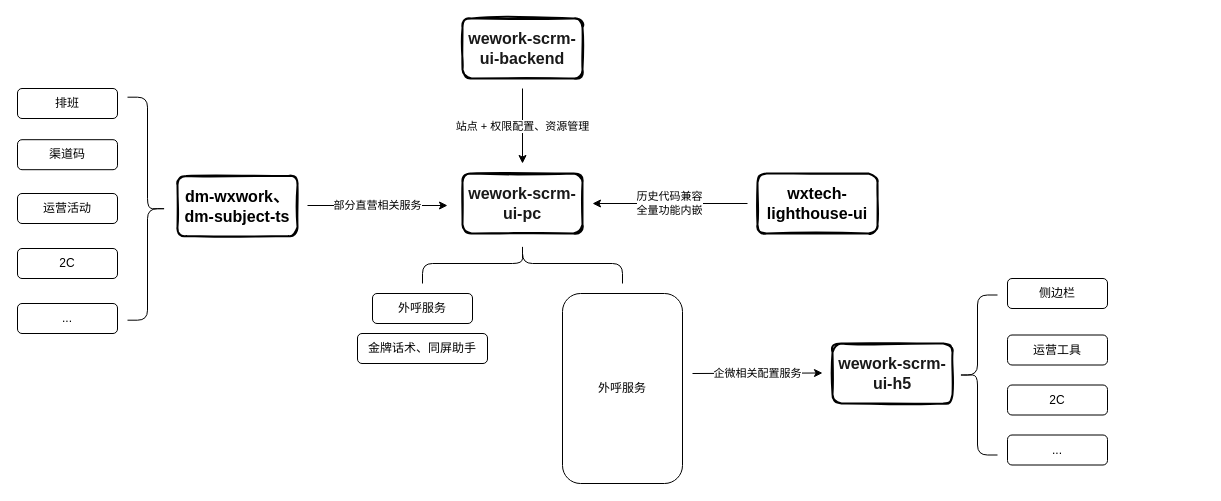
Before: 未命名绘图.drawio in Martha1001/diagrams, a draw.io diagram. Source tidied: cells renumbered, new cells numbered last; positions are measured from the earlier drawing's top-left corner, leaving out a move shared by most shapes. Both pictures are drawn from the tidied source at 100%, with x=0, y=0 at pixel (17, 18).
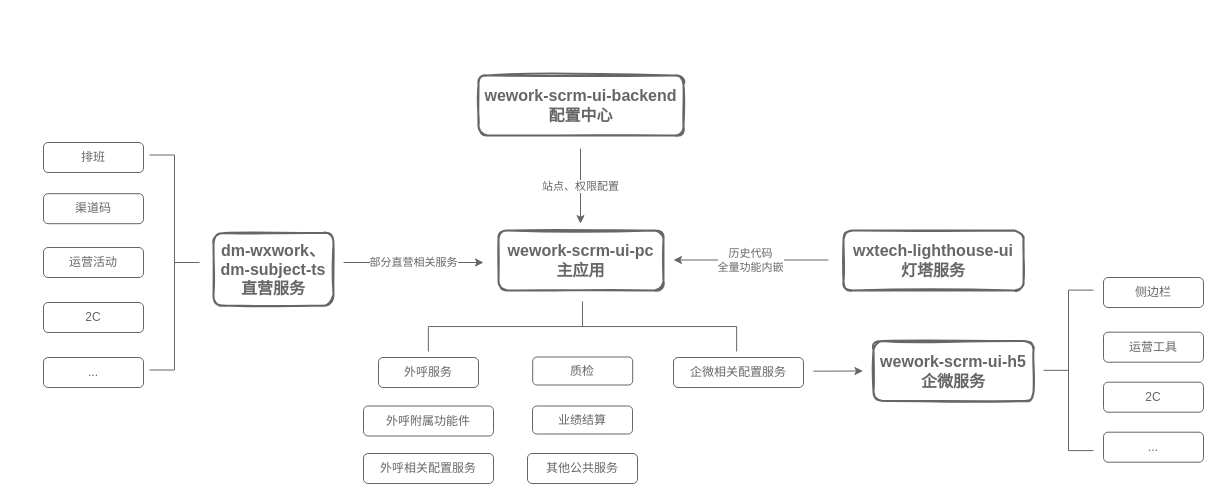
The same page after the edit.

What changed in the source:
```diff
@@
-    <mxCell id="2" value="&lt;font color=&quot;#1a1a1a&quot; style=&quot;font-size: 16px&quot;&gt;&lt;b&gt;wework-scrm-ui-backend&lt;/b&gt;&lt;/font&gt;" style="rounded=1;whiteSpace=wrap;html=1;strokeWidth=2;fillWeight=4;hachureGap=8;hachureAngle=45;sketch=1;fillStyle=hachure;fillColor=none;" parent="1" vertex="1">
-      <mxGeometry x="445" width="120" height="60" as="geometry" />
+    <mxCell id="2" value="&lt;font style=&quot;font-size: 16px&quot;&gt;&lt;b&gt;wework-scrm-ui-backend&lt;br&gt;配置中心&lt;br&gt;&lt;/b&gt;&lt;/font&gt;" style="rounded=1;whiteSpace=wrap;html=1;strokeWidth=2;fillWeight=4;hachureGap=8;hachureAngle=45;sketch=1;fillStyle=hachure;fillColor=none;strokeColor=#666;fontColor=#666;" parent="1" vertex="1">
+      <mxGeometry x="461" y="57" width="205" height="60" as="geometry" />
     </mxCell>
-    <mxCell id="3" value="站点 + 权限配置、资源管理" style="endArrow=classic;html=1;rounded=0;" parent="1" edge="1">
+    <mxCell id="3" value="站点、权限配置" style="endArrow=classic;html=1;rounded=0;strokeColor=#666;fontColor=#666;" parent="1" edge="1">
       <mxGeometry relative="1" as="geometry">
-        <mxPoint x="505" y="70" as="sourcePoint" />
-        <mxPoint x="505" y="145" as="targetPoint" />
+        <mxPoint x="563" y="130.2" as="sourcePoint" />
+        <mxPoint x="563" y="205.2" as="targetPoint" />
       </mxGeometry>
     </mxCell>
-    <mxCell id="4" value="&lt;b style=&quot;color: rgb(26 , 26 , 26) ; font-size: 16px&quot;&gt;wework-scrm-ui-pc&lt;/b&gt;" style="rounded=1;whiteSpace=wrap;html=1;strokeWidth=2;fillWeight=4;hachureGap=8;hachureAngle=45;sketch=1;fillColor=none;" parent="1" vertex="1">
-      <mxGeometry x="445" y="155" width="120" height="60" as="geometry" />
+    <mxCell id="4" value="&lt;b style=&quot;font-size: 16px;&quot;&gt;wework-scrm-ui-pc&lt;br&gt;主应用&lt;br&gt;&lt;/b&gt;" style="rounded=1;whiteSpace=wrap;html=1;strokeWidth=2;fillWeight=4;hachureGap=8;hachureAngle=45;sketch=1;fillColor=none;strokeColor=#666;fontColor=#666;" parent="1" vertex="1">
+      <mxGeometry x="481" y="212" width="165" height="60" as="geometry" />
     </mxCell>
-    <mxCell id="5" value="&lt;font&gt;&lt;b style=&quot;font-size: 16px&quot;&gt;dm-wxwork、&lt;/b&gt;&lt;br&gt;&lt;span style=&quot;font-size: 16px&quot;&gt;&lt;b&gt;dm-subject-ts&lt;/b&gt;&lt;/span&gt;&lt;br&gt;&lt;/font&gt;" style="rounded=1;whiteSpace=wrap;html=1;strokeWidth=2;fillWeight=4;hachureGap=8;hachureAngle=45;sketch=1;fillColor=none;" parent="1" vertex="1">
-      <mxGeometry x="160" y="157.5" width="120" height="60" as="geometry" />
+    <mxCell id="5" value="&lt;font&gt;&lt;b style=&quot;font-size: 16px&quot;&gt;dm-wxwork、&lt;/b&gt;&lt;br&gt;&lt;span style=&quot;font-size: 16px&quot;&gt;&lt;b&gt;dm-subject-ts&lt;br&gt;&lt;/b&gt;&lt;/span&gt;&lt;b&gt;&lt;font style=&quot;font-size: 16px&quot;&gt;直营服务&lt;/font&gt;&lt;/b&gt;&lt;br&gt;&lt;/font&gt;" style="rounded=1;whiteSpace=wrap;html=1;strokeWidth=2;fillWeight=4;hachureGap=8;hachureAngle=45;sketch=1;fillColor=none;strokeColor=#666;fontColor=#666;" parent="1" vertex="1">
+      <mxGeometry x="196" y="214.5" width="120" height="72.5" as="geometry" />
     </mxCell>
-    <mxCell id="6" value="&lt;b style=&quot;color: rgb(26 , 26 , 26) ; font-size: 16px&quot;&gt;wework-scrm-ui-h5&lt;/b&gt;" style="rounded=1;whiteSpace=wrap;html=1;strokeWidth=2;fillWeight=4;hachureGap=8;hachureAngle=45;sketch=1;fillColor=none;" parent="1" vertex="1">
-      <mxGeometry x="815" y="325" width="120" height="60" as="geometry" />
+    <mxCell id="6" value="&lt;b style=&quot;font-size: 16px;&quot;&gt;wework-scrm-ui-h5&lt;br&gt;企微服务&lt;br&gt;&lt;/b&gt;" style="rounded=1;whiteSpace=wrap;html=1;strokeWidth=2;fillWeight=4;hachureGap=8;hachureAngle=45;sketch=1;fillColor=none;strokeColor=#666;fontColor=#666;" parent="1" vertex="1">
+      <mxGeometry x="856" y="322.5" width="160" height="60" as="geometry" />
     </mxCell>
-    <mxCell id="7" value="部分直营相关服务" style="endArrow=classic;html=1;rounded=0;" parent="1" edge="1">
+    <mxCell id="7" value="部分直营相关服务" style="endArrow=classic;html=1;rounded=0;strokeColor=#666;fontColor=#666;" parent="1" edge="1">
       <mxGeometry relative="1" as="geometry">
-        <mxPoint x="290" y="187" as="sourcePoint" />
-        <mxPoint x="430" y="187" as="targetPoint" />
+        <mxPoint x="326" y="244" as="sourcePoint" />
+        <mxPoint x="466" y="244" as="targetPoint" />
       </mxGeometry>
     </mxCell>
-    <mxCell id="8" value="企微相关配置服务" style="endArrow=classic;html=1;rounded=0;" parent="1" edge="1">
-      <mxGeometry relative="1" as="geometry">
-        <mxPoint x="675" y="355" as="sourcePoint" />
-        <mxPoint x="805" y="354.5" as="targetPoint" />
-      </mxGeometry>
-    </mxCell>
-    <mxCell id="9" value="外呼服务" style="text;html=1;whiteSpace=wrap;verticalAlign=middle;overflow=hidden;rounded=1;align=center;fillColor=none;strokeColor=default;" parent="1" vertex="1">
-      <mxGeometry x="355" y="275" width="100" height="30" as="geometry" />
+    <mxCell id="9" value="外呼服务" style="text;html=1;whiteSpace=wrap;verticalAlign=middle;overflow=hidden;rounded=1;align=center;fillColor=none;strokeColor=#666;fontColor=#666;" parent="1" vertex="1">
+      <mxGeometry x="361" y="339" width="100" height="30" as="geometry" />
     </mxCell>
-    <mxCell id="10" style="shape=curlyBracket;whiteSpace=wrap;html=1;rounded=1;direction=south;" parent="1" vertex="1">
-      <mxGeometry x="405" y="225" width="200" height="40" as="geometry" />
-    </mxCell>
-    <mxCell id="11" value="金牌话术、同屏助手" style="text;html=1;whiteSpace=wrap;verticalAlign=middle;overflow=hidden;strokeColor=default;rounded=1;align=center;" parent="1" vertex="1">
-      <mxGeometry x="340" y="315" width="130" height="30" as="geometry" />
+    <mxCell id="11" value="外呼附属功能件" style="text;html=1;whiteSpace=wrap;verticalAlign=middle;overflow=hidden;strokeColor=#666;rounded=1;align=center;fontColor=#666;" parent="1" vertex="1">
+      <mxGeometry x="346" y="387.5" width="130" height="30" as="geometry" />
     </mxCell>
-    <mxCell id="12" value="外呼服务" style="text;html=1;whiteSpace=wrap;verticalAlign=middle;overflow=hidden;rounded=1;align=center;fillColor=none;strokeColor=default;" parent="1" vertex="1">
-      <mxGeometry x="545" y="275" width="120" height="190" as="geometry" />
-    </mxCell>
-    <mxCell id="13" style="shape=curlyBracket;whiteSpace=wrap;html=1;rounded=1;direction=east;" parent="1" vertex="1">
-      <mxGeometry x="940" y="276.5" width="40" height="160" as="geometry" />
-    </mxCell>
-    <mxCell id="14" value="侧边栏" style="text;html=1;whiteSpace=wrap;verticalAlign=middle;overflow=hidden;rounded=1;align=center;fillColor=none;strokeColor=default;" parent="1" vertex="1">
-      <mxGeometry x="990" y="260" width="100" height="30" as="geometry" />
+    <mxCell id="14" value="侧边栏" style="text;html=1;whiteSpace=wrap;verticalAlign=middle;overflow=hidden;rounded=1;align=center;fillColor=none;strokeColor=#666;fontColor=#666;" parent="1" vertex="1">
+      <mxGeometry x="1086" y="259" width="100" height="30" as="geometry" />
     </mxCell>
-    <mxCell id="15" value="运营工具" style="text;html=1;whiteSpace=wrap;verticalAlign=middle;overflow=hidden;rounded=1;align=center;fillColor=none;strokeColor=default;" parent="1" vertex="1">
-      <mxGeometry x="990" y="316.5" width="100" height="30" as="geometry" />
+    <mxCell id="15" value="运营工具" style="text;html=1;whiteSpace=wrap;verticalAlign=middle;overflow=hidden;rounded=1;align=center;fillColor=none;strokeColor=#666;fontColor=#666;" parent="1" vertex="1">
+      <mxGeometry x="1086" y="313.7" width="100" height="30" as="geometry" />
     </mxCell>
-    <mxCell id="16" value="2C" style="text;html=1;whiteSpace=wrap;verticalAlign=middle;overflow=hidden;rounded=1;align=center;fillColor=none;strokeColor=default;" parent="1" vertex="1">
-      <mxGeometry x="990" y="366.5" width="100" height="30" as="geometry" />
+    <mxCell id="16" value="2C" style="text;html=1;whiteSpace=wrap;verticalAlign=middle;overflow=hidden;rounded=1;align=center;fillColor=none;strokeColor=#666;fontColor=#666;" parent="1" vertex="1">
+      <mxGeometry x="1086" y="363.7" width="100" height="30" as="geometry" />
     </mxCell>
-    <mxCell id="17" value="&lt;b&gt;&lt;font style=&quot;font-size: 16px&quot;&gt;wxtech-lighthouse-ui&lt;/font&gt;&lt;/b&gt;" style="rounded=1;whiteSpace=wrap;html=1;strokeWidth=2;fillWeight=4;hachureGap=8;hachureAngle=45;sketch=1;fillColor=none;" parent="1" vertex="1">
-      <mxGeometry x="740" y="155" width="120" height="60" as="geometry" />
+    <mxCell id="17" value="&lt;b&gt;&lt;font style=&quot;font-size: 16px&quot;&gt;wxtech-lighthouse-ui&lt;br&gt;灯塔服务&lt;br&gt;&lt;/font&gt;&lt;/b&gt;" style="rounded=1;whiteSpace=wrap;html=1;strokeWidth=2;fillWeight=4;hachureGap=8;hachureAngle=45;sketch=1;fillColor=none;strokeColor=#666;fontColor=#666;" parent="1" vertex="1">
+      <mxGeometry x="826" y="212" width="180" height="60" as="geometry" />
     </mxCell>
-    <mxCell id="18" value="历史代码兼容&lt;br&gt;全量功能内嵌" style="endArrow=classic;html=1;rounded=0;" parent="1" edge="1">
+    <mxCell id="18" value="历史代码&lt;br&gt;全量功能内嵌" style="endArrow=classic;html=1;rounded=0;strokeColor=#666;fontColor=#666;" parent="1" edge="1">
       <mxGeometry relative="1" as="geometry">
-        <mxPoint x="730" y="185" as="sourcePoint" />
-        <mxPoint x="575" y="185" as="targetPoint" />
+        <mxPoint x="811" y="241.5" as="sourcePoint" />
+        <mxPoint x="656" y="241.5" as="targetPoint" />
       </mxGeometry>
     </mxCell>
-    <mxCell id="19" style="shape=curlyBracket;whiteSpace=wrap;html=1;rounded=1;direction=south;rotation=90;" parent="1" vertex="1">
-      <mxGeometry x="18.5" y="170.2" width="223" height="40" as="geometry" />
-    </mxCell>
-    <mxCell id="20" value="排班" style="text;html=1;whiteSpace=wrap;verticalAlign=middle;overflow=hidden;rounded=1;align=center;fillColor=none;strokeColor=default;" parent="1" vertex="1">
-      <mxGeometry y="70" width="100" height="30" as="geometry" />
+    <mxCell id="20" value="排班" style="text;html=1;whiteSpace=wrap;verticalAlign=middle;overflow=hidden;rounded=1;align=center;fillColor=none;strokeColor=#666;fontColor=#666;" parent="1" vertex="1">
+      <mxGeometry x="26" y="124" width="100" height="30" as="geometry" />
     </mxCell>
-    <mxCell id="21" value="渠道码" style="text;html=1;whiteSpace=wrap;verticalAlign=middle;overflow=hidden;rounded=1;align=center;fillColor=none;strokeColor=default;" parent="1" vertex="1">
-      <mxGeometry y="121.2" width="100" height="30" as="geometry" />
+    <mxCell id="21" value="渠道码" style="text;html=1;whiteSpace=wrap;verticalAlign=middle;overflow=hidden;rounded=1;align=center;fillColor=none;strokeColor=#666;fontColor=#666;" parent="1" vertex="1">
+      <mxGeometry x="26" y="175.2" width="100" height="30" as="geometry" />
     </mxCell>
-    <mxCell id="22" value="运营活动" style="text;html=1;whiteSpace=wrap;verticalAlign=middle;overflow=hidden;rounded=1;align=center;fillColor=none;strokeColor=default;" parent="1" vertex="1">
-      <mxGeometry y="175" width="100" height="30" as="geometry" />
+    <mxCell id="22" value="运营活动" style="text;html=1;whiteSpace=wrap;verticalAlign=middle;overflow=hidden;rounded=1;align=center;fillColor=none;strokeColor=#666;fontColor=#666;" parent="1" vertex="1">
+      <mxGeometry x="26" y="229" width="100" height="30" as="geometry" />
     </mxCell>
-    <mxCell id="23" value="2C" style="text;html=1;whiteSpace=wrap;verticalAlign=middle;overflow=hidden;rounded=1;align=center;fillColor=none;strokeColor=default;" parent="1" vertex="1">
-      <mxGeometry y="230" width="100" height="30" as="geometry" />
+    <mxCell id="23" value="2C" style="text;html=1;whiteSpace=wrap;verticalAlign=middle;overflow=hidden;rounded=1;align=center;fillColor=none;strokeColor=#666;fontColor=#666;" parent="1" vertex="1">
+      <mxGeometry x="26" y="284" width="100" height="30" as="geometry" />
     </mxCell>
-    <mxCell id="24" value="..." style="text;html=1;whiteSpace=wrap;verticalAlign=middle;overflow=hidden;rounded=1;align=center;fillColor=none;strokeColor=default;" parent="1" vertex="1">
-      <mxGeometry y="285" width="100" height="30" as="geometry" />
+    <mxCell id="24" value="..." style="text;html=1;whiteSpace=wrap;verticalAlign=middle;overflow=hidden;rounded=1;align=center;fillColor=none;strokeColor=#666;fontColor=#666;" parent="1" vertex="1">
+      <mxGeometry x="26" y="339" width="100" height="30" as="geometry" />
     </mxCell>
-    <mxCell id="25" value="..." style="text;html=1;whiteSpace=wrap;verticalAlign=middle;overflow=hidden;rounded=1;align=center;fillColor=none;strokeColor=default;" parent="1" vertex="1">
-      <mxGeometry x="990" y="416.5" width="100" height="30" as="geometry" />
+    <mxCell id="25" value="..." style="text;html=1;whiteSpace=wrap;verticalAlign=middle;overflow=hidden;rounded=1;align=center;fillColor=none;strokeColor=#666;fontColor=#666;" parent="1" vertex="1">
+      <mxGeometry x="1086" y="413.7" width="100" height="30" as="geometry" />
     </mxCell>
+    <mxCell id="26" style="strokeWidth=1;html=1;shape=mxgraph.flowchart.annotation_2;align=left;labelPosition=right;rounded=1;labelBackgroundColor=#FFFFFF;fillStyle=hachure;fontSize=16;direction=west;strokeColor=#666;fontColor=#666;" parent="1" vertex="1">
+      <mxGeometry x="132" y="136.5" width="50" height="215" as="geometry" />
+    </mxCell>
+    <mxCell id="27" style="strokeWidth=1;html=1;shape=mxgraph.flowchart.annotation_2;align=left;labelPosition=right;rounded=1;labelBackgroundColor=#FFFFFF;fillStyle=hachure;fontSize=16;direction=west;rotation=-180;strokeColor=#666;fontColor=#666;" parent="1" vertex="1">
+      <mxGeometry x="1026" y="271.6" width="50" height="160.5" as="geometry" />
+    </mxCell>
+    <mxCell id="28" style="strokeWidth=1;html=1;shape=mxgraph.flowchart.annotation_2;align=left;labelPosition=right;rounded=1;labelBackgroundColor=#FFFFFF;fillStyle=hachure;fontSize=16;direction=west;rotation=-90;strokeColor=#666;fontColor=#666;" parent="1" vertex="1">
+      <mxGeometry x="540" y="153.9" width="50" height="308.3" as="geometry" />
+    </mxCell>
+    <mxCell id="29" value="外呼相关配置服务" style="text;html=1;whiteSpace=wrap;verticalAlign=middle;overflow=hidden;strokeColor=#666;rounded=1;align=center;fontColor=#666;" parent="1" vertex="1">
+      <mxGeometry x="346" y="435" width="130" height="30" as="geometry" />
+    </mxCell>
+    <mxCell id="8" value="企微相关配置服务" style="text;html=1;whiteSpace=wrap;verticalAlign=middle;overflow=hidden;strokeColor=#666;rounded=1;align=center;fontColor=#666;" parent="1" vertex="1">
+      <mxGeometry x="656" y="339" width="130" height="30" as="geometry" />
+    </mxCell>
+    <mxCell id="30" style="endArrow=classic;html=1;rounded=0;fontSize=16;fontColor=#666;strokeColor=#666;" parent="1" edge="1">
+      <mxGeometry relative="1" as="geometry">
+        <mxPoint x="796" y="352.7" as="sourcePoint" />
+        <mxPoint x="845.5" y="352.5" as="targetPoint" />
+        <Array as="points">
+          <mxPoint x="845.5" y="352.5" />
+        </Array>
+      </mxGeometry>
+    </mxCell>
+    <mxCell id="31" value="质检" style="text;html=1;whiteSpace=wrap;verticalAlign=middle;overflow=hidden;rounded=1;align=center;fillColor=none;strokeColor=#666;fontColor=#666;" parent="1" vertex="1">
+      <mxGeometry x="515.2" y="338.5" width="100" height="28" as="geometry" />
+    </mxCell>
+    <mxCell id="32" value="业绩结算" style="text;html=1;whiteSpace=wrap;verticalAlign=middle;overflow=hidden;rounded=1;align=center;fillColor=none;strokeColor=#666;fontColor=#666;" parent="1" vertex="1">
+      <mxGeometry x="515" y="387.5" width="100" height="28" as="geometry" />
+    </mxCell>
+    <mxCell id="33" value="其他公共服务" style="text;html=1;whiteSpace=wrap;verticalAlign=middle;overflow=hidden;strokeColor=#666;rounded=1;align=center;fontColor=#666;" parent="1" vertex="1">
+      <mxGeometry x="510" y="435" width="110" height="30" as="geometry" />
+    </mxCell>
```
